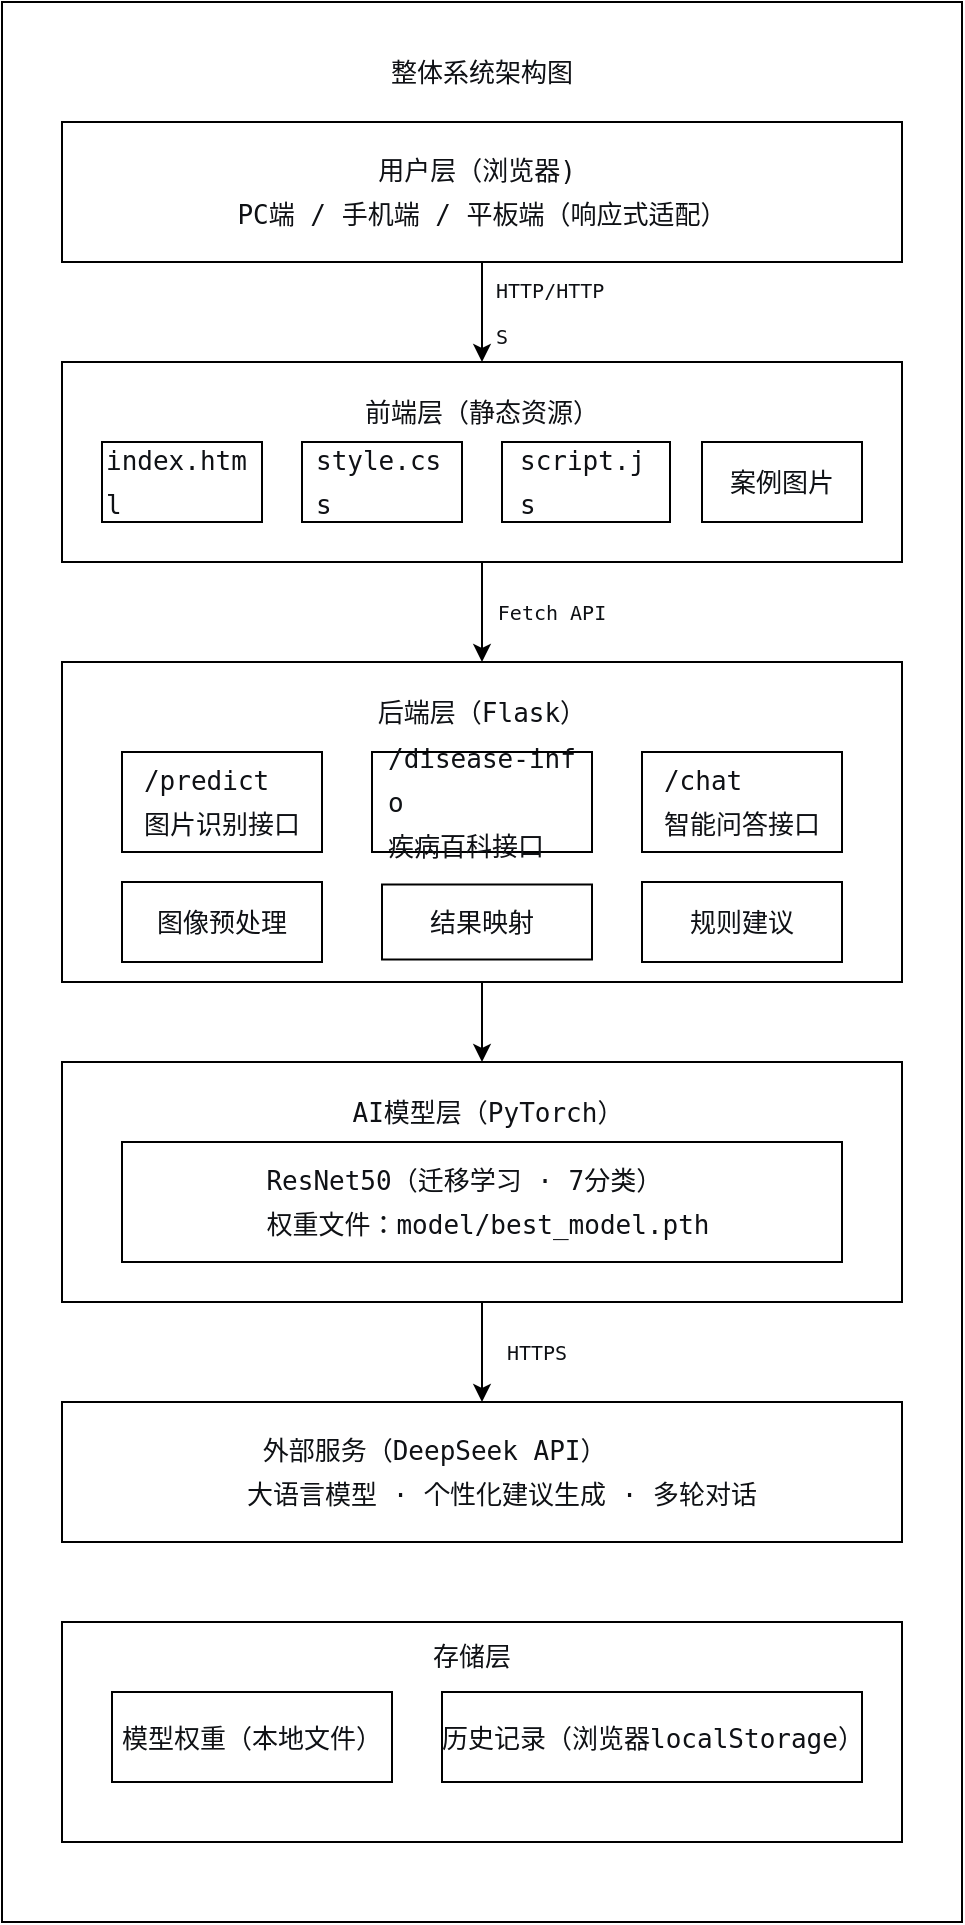
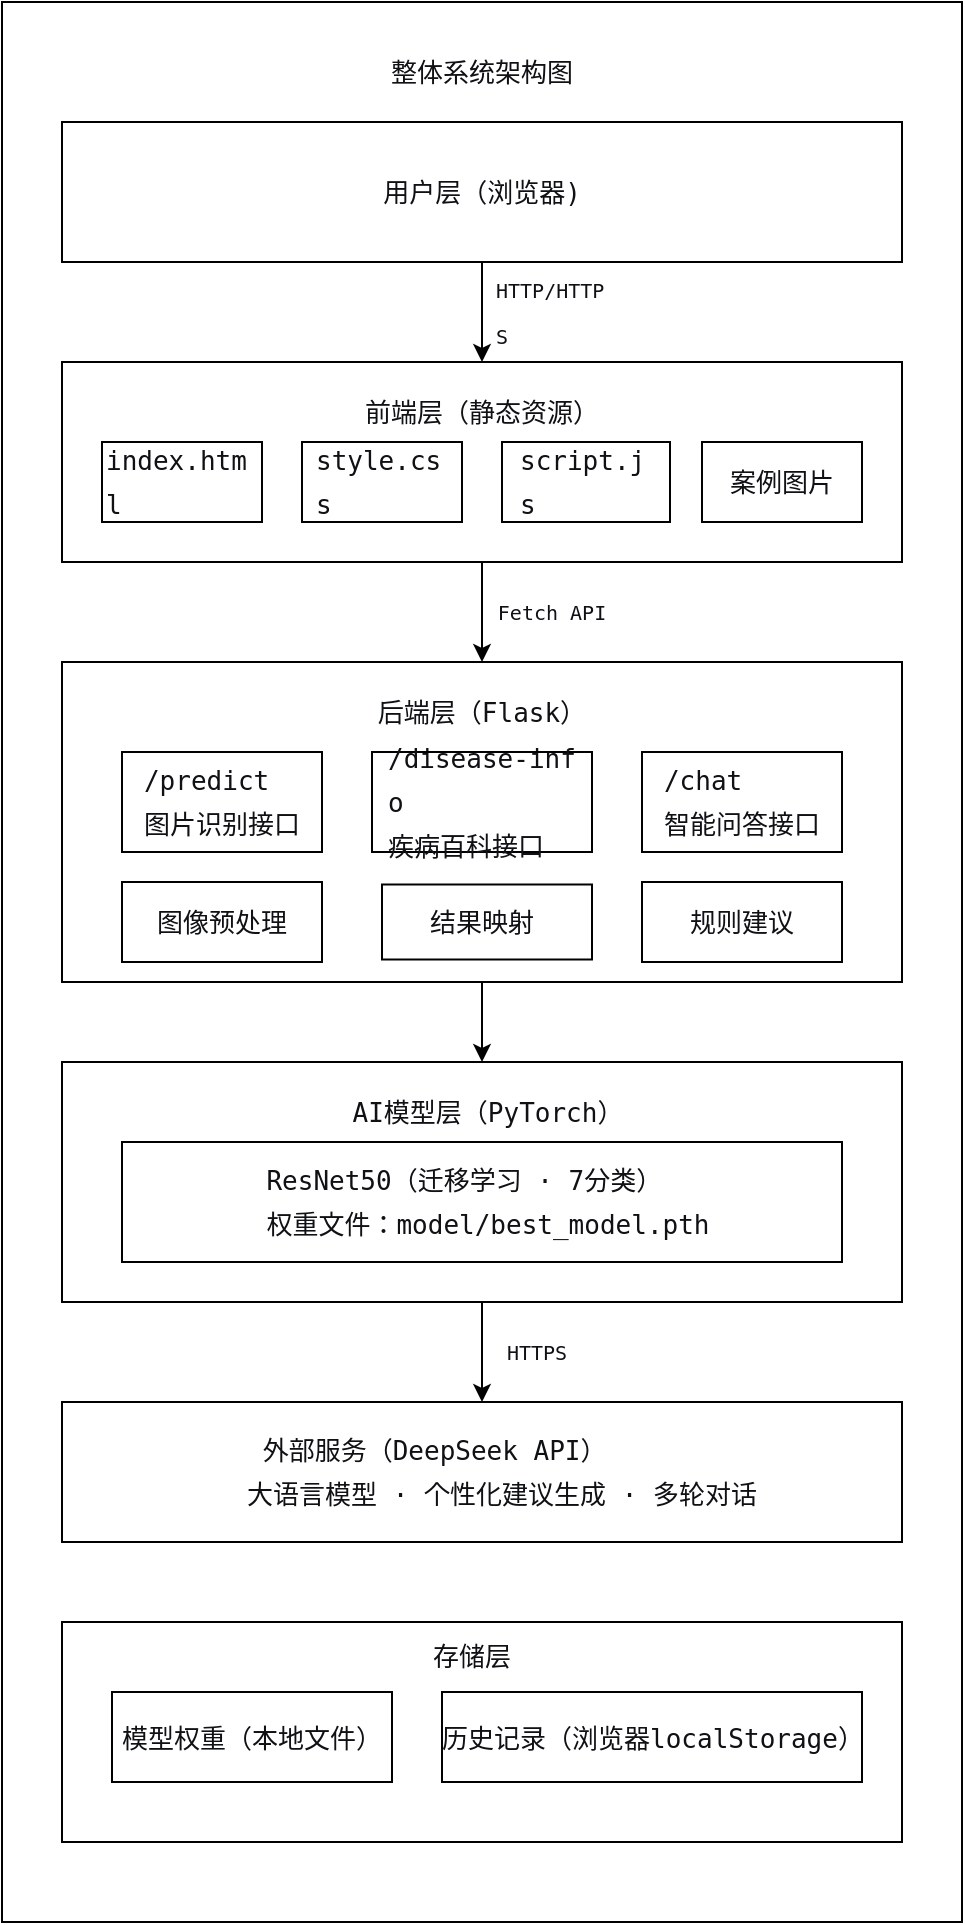
<mxfile host="app.diagrams.net">
  <diagram name="第 1 页" id="mS-341lgkgW4MZes72cV">
    <mxGraphModel dx="1409" dy="1000" grid="1" gridSize="10" guides="1" tooltips="1" connect="1" arrows="1" fold="1" page="1" pageScale="1" pageWidth="827" pageHeight="1169" math="0" shadow="0">
      <root>
        <mxCell id="0" />
        <mxCell id="1" parent="0" />
        <mxCell id="belzTmPUKU7O7NqV-zVO-1" parent="1" style="rounded=0;whiteSpace=wrap;html=1;" value="" vertex="1">
          <mxGeometry height="960" width="480" x="150" y="10" as="geometry" />
        </mxCell>
        <mxCell id="belzTmPUKU7O7NqV-zVO-10" edge="1" parent="1" source="belzTmPUKU7O7NqV-zVO-2" style="edgeStyle=orthogonalEdgeStyle;rounded=0;orthogonalLoop=1;jettySize=auto;html=1;" target="belzTmPUKU7O7NqV-zVO-3" value="">
          <mxGeometry relative="1" as="geometry" />
        </mxCell>
        <mxCell id="belzTmPUKU7O7NqV-zVO-2" parent="1" style="rounded=0;whiteSpace=wrap;html=1;" value="" vertex="1">
          <mxGeometry height="70" width="420" x="180" y="70" as="geometry" />
        </mxCell>
        <mxCell id="belzTmPUKU7O7NqV-zVO-22" edge="1" parent="1" source="belzTmPUKU7O7NqV-zVO-3" style="edgeStyle=orthogonalEdgeStyle;rounded=0;orthogonalLoop=1;jettySize=auto;html=1;" target="belzTmPUKU7O7NqV-zVO-4" value="">
          <mxGeometry relative="1" as="geometry" />
        </mxCell>
        <mxCell id="belzTmPUKU7O7NqV-zVO-3" parent="1" style="rounded=0;whiteSpace=wrap;html=1;" value="" vertex="1">
          <mxGeometry height="100" width="420" x="180" y="190" as="geometry" />
        </mxCell>
        <mxCell id="belzTmPUKU7O7NqV-zVO-39" edge="1" parent="1" source="belzTmPUKU7O7NqV-zVO-4" style="edgeStyle=orthogonalEdgeStyle;rounded=0;orthogonalLoop=1;jettySize=auto;html=1;" target="belzTmPUKU7O7NqV-zVO-6" value="">
          <mxGeometry relative="1" as="geometry" />
        </mxCell>
        <mxCell id="belzTmPUKU7O7NqV-zVO-4" parent="1" style="rounded=0;whiteSpace=wrap;html=1;" value="" vertex="1">
          <mxGeometry height="160" width="420" x="180" y="340" as="geometry" />
        </mxCell>
        <mxCell id="belzTmPUKU7O7NqV-zVO-5" parent="1" style="rounded=0;whiteSpace=wrap;html=1;" value="" vertex="1">
          <mxGeometry height="110" width="420" x="180" y="820" as="geometry" />
        </mxCell>
        <mxCell id="belzTmPUKU7O7NqV-zVO-40" edge="1" parent="1" source="belzTmPUKU7O7NqV-zVO-6" style="edgeStyle=orthogonalEdgeStyle;rounded=0;orthogonalLoop=1;jettySize=auto;html=1;" target="belzTmPUKU7O7NqV-zVO-7" value="">
          <mxGeometry relative="1" as="geometry" />
        </mxCell>
        <mxCell id="belzTmPUKU7O7NqV-zVO-6" parent="1" style="rounded=0;whiteSpace=wrap;html=1;" value="" vertex="1">
          <mxGeometry height="120" width="420" x="180" y="540" as="geometry" />
        </mxCell>
        <mxCell id="belzTmPUKU7O7NqV-zVO-7" parent="1" style="rounded=0;whiteSpace=wrap;html=1;" value="" vertex="1">
          <mxGeometry height="70" width="420" x="180" y="710" as="geometry" />
        </mxCell>
        <mxCell id="belzTmPUKU7O7NqV-zVO-8" parent="1" style="text;html=1;whiteSpace=wrap;strokeColor=none;fillColor=none;align=center;verticalAlign=middle;rounded=0;" value="&lt;pre style=&quot;font-style: normal; font-variant: normal; font-size-adjust: none; font-language-override: normal; font-kerning: auto; font-optical-sizing: auto; font-feature-settings: normal; font-variation-settings: normal; font-stretch: normal; font-size: 13px; line-height: 22px; font-family: Menlo, Monaco, Consolas, &amp;quot;Cascadia Mono&amp;quot;, &amp;quot;Ubuntu Mono&amp;quot;, &amp;quot;DejaVu Sans Mono&amp;quot;, &amp;quot;Liberation Mono&amp;quot;, &amp;quot;JetBrains Mono&amp;quot;, &amp;quot;Fira Code&amp;quot;, Cousine, &amp;quot;Roboto Mono&amp;quot;, &amp;quot;Courier New&amp;quot;, Courier, sans-serif, system-ui; overflow: auto; white-space: pre-wrap; word-break: break-all; padding: 16px; color: rgb(15, 17, 21); text-align: start; margin: 0px !important;&quot;&gt;整体系统架构图&lt;/pre&gt;" vertex="1">
          <mxGeometry height="30" width="140" x="320" y="30" as="geometry" />
        </mxCell>
-         <mxCell id="belzTmPUKU7O7NqV-zVO-9" parent="1" style="text;html=1;whiteSpace=wrap;strokeColor=none;fillColor=none;align=center;verticalAlign=middle;rounded=0;" value="&lt;pre style=&quot;font-style: normal; font-variant: normal; font-size-adjust: none; font-language-override: normal; font-kerning: auto; font-optical-sizing: auto; font-feature-settings: normal; font-variation-settings: normal; font-stretch: normal; font-size: 13px; line-height: 22px; font-family: Menlo, Monaco, Consolas, &amp;quot;Cascadia Mono&amp;quot;, &amp;quot;Ubuntu Mono&amp;quot;, &amp;quot;DejaVu Sans Mono&amp;quot;, &amp;quot;Liberation Mono&amp;quot;, &amp;quot;JetBrains Mono&amp;quot;, &amp;quot;Fira Code&amp;quot;, Cousine, &amp;quot;Roboto Mono&amp;quot;, &amp;quot;Courier New&amp;quot;, Courier, sans-serif, system-ui; overflow: auto; white-space: pre-wrap; word-break: break-all; padding: 16px; color: rgb(15, 17, 21); text-align: start; margin: 0px !important;&quot;&gt;         用户层（浏览器)&lt;br&gt;PC端 / 手机端 / 平板端（响应式适配）&lt;/pre&gt;" vertex="1">
+         <mxCell id="belzTmPUKU7O7NqV-zVO-9" parent="1" style="text;html=1;whiteSpace=wrap;strokeColor=none;fillColor=none;align=center;verticalAlign=middle;rounded=0;" value="&lt;pre style=&quot;font-style: normal; font-variant: normal; font-size-adjust: none; font-language-override: normal; font-kerning: auto; font-optical-sizing: auto; font-feature-settings: normal; font-variation-settings: normal; font-stretch: normal; font-size: 13px; line-height: 22px; font-family: Menlo, Monaco, Consolas, &amp;quot;Cascadia Mono&amp;quot;, &amp;quot;Ubuntu Mono&amp;quot;, &amp;quot;DejaVu Sans Mono&amp;quot;, &amp;quot;Liberation Mono&amp;quot;, &amp;quot;JetBrains Mono&amp;quot;, &amp;quot;Fira Code&amp;quot;, Cousine, &amp;quot;Roboto Mono&amp;quot;, &amp;quot;Courier New&amp;quot;, Courier, sans-serif, system-ui; overflow: auto; white-space: pre-wrap; word-break: break-all; padding: 16px; color: rgb(15, 17, 21); text-align: start; margin: 0px !important;&quot;&gt;用户层（浏览器)&lt;/pre&gt;" vertex="1">
          <mxGeometry height="30" width="280" x="250" y="90" as="geometry" />
        </mxCell>
        <mxCell id="belzTmPUKU7O7NqV-zVO-12" parent="1" style="text;html=1;whiteSpace=wrap;strokeColor=none;fillColor=none;align=center;verticalAlign=middle;rounded=0;" value="&lt;pre style=&quot;font-style: normal; font-variant: normal; font-size-adjust: none; font-language-override: normal; font-kerning: auto; font-optical-sizing: auto; font-feature-settings: normal; font-variation-settings: normal; font-stretch: normal; line-height: 22px; font-family: Menlo, Monaco, Consolas, &amp;quot;Cascadia Mono&amp;quot;, &amp;quot;Ubuntu Mono&amp;quot;, &amp;quot;DejaVu Sans Mono&amp;quot;, &amp;quot;Liberation Mono&amp;quot;, &amp;quot;JetBrains Mono&amp;quot;, &amp;quot;Fira Code&amp;quot;, Cousine, &amp;quot;Roboto Mono&amp;quot;, &amp;quot;Courier New&amp;quot;, Courier, sans-serif, system-ui; overflow: auto; white-space: pre-wrap; word-break: break-all; padding: 16px; color: rgb(15, 17, 21); text-align: start; margin: 0px !important;&quot;&gt;&lt;font style=&quot;font-size: 10px;&quot;&gt;HTTP/HTTPS&lt;/font&gt;&lt;/pre&gt;" vertex="1">
          <mxGeometry height="30" width="90" x="380" y="150" as="geometry" />
        </mxCell>
        <mxCell id="belzTmPUKU7O7NqV-zVO-13" parent="1" style="text;html=1;whiteSpace=wrap;strokeColor=none;fillColor=none;align=center;verticalAlign=middle;rounded=0;" value="&lt;pre style=&quot;font-style: normal; font-variant: normal; font-size-adjust: none; font-language-override: normal; font-kerning: auto; font-optical-sizing: auto; font-feature-settings: normal; font-variation-settings: normal; font-stretch: normal; font-size: 13px; line-height: 22px; font-family: Menlo, Monaco, Consolas, &amp;quot;Cascadia Mono&amp;quot;, &amp;quot;Ubuntu Mono&amp;quot;, &amp;quot;DejaVu Sans Mono&amp;quot;, &amp;quot;Liberation Mono&amp;quot;, &amp;quot;JetBrains Mono&amp;quot;, &amp;quot;Fira Code&amp;quot;, Cousine, &amp;quot;Roboto Mono&amp;quot;, &amp;quot;Courier New&amp;quot;, Courier, sans-serif, system-ui; overflow: auto; white-space: pre-wrap; word-break: break-all; padding: 16px; color: rgb(15, 17, 21); text-align: start; margin: 0px !important;&quot;&gt;前端层（静态资源）&lt;/pre&gt;" vertex="1">
          <mxGeometry height="30" width="160" x="310" y="200" as="geometry" />
        </mxCell>
        <mxCell id="belzTmPUKU7O7NqV-zVO-14" parent="1" style="rounded=0;whiteSpace=wrap;html=1;" value="" vertex="1">
          <mxGeometry height="40" width="80" x="200" y="230" as="geometry" />
        </mxCell>
        <mxCell id="belzTmPUKU7O7NqV-zVO-15" parent="1" style="rounded=0;whiteSpace=wrap;html=1;" value="" vertex="1">
          <mxGeometry height="40" width="80" x="300" y="230" as="geometry" />
        </mxCell>
        <mxCell id="belzTmPUKU7O7NqV-zVO-16" parent="1" style="rounded=0;whiteSpace=wrap;html=1;" value="" vertex="1">
          <mxGeometry height="40" width="84" x="400" y="230" as="geometry" />
        </mxCell>
        <mxCell id="belzTmPUKU7O7NqV-zVO-17" parent="1" style="rounded=0;whiteSpace=wrap;html=1;" value="" vertex="1">
          <mxGeometry height="40" width="80" x="500" y="230" as="geometry" />
        </mxCell>
        <mxCell id="belzTmPUKU7O7NqV-zVO-18" parent="1" style="text;html=1;whiteSpace=wrap;strokeColor=none;fillColor=none;align=center;verticalAlign=middle;rounded=0;" value="&lt;pre style=&quot;font-style: normal; font-variant: normal; font-size-adjust: none; font-language-override: normal; font-kerning: auto; font-optical-sizing: auto; font-feature-settings: normal; font-variation-settings: normal; font-stretch: normal; font-size: 13px; line-height: 22px; font-family: Menlo, Monaco, Consolas, &amp;quot;Cascadia Mono&amp;quot;, &amp;quot;Ubuntu Mono&amp;quot;, &amp;quot;DejaVu Sans Mono&amp;quot;, &amp;quot;Liberation Mono&amp;quot;, &amp;quot;JetBrains Mono&amp;quot;, &amp;quot;Fira Code&amp;quot;, Cousine, &amp;quot;Roboto Mono&amp;quot;, &amp;quot;Courier New&amp;quot;, Courier, sans-serif, system-ui; overflow: auto; white-space: pre-wrap; word-break: break-all; padding: 16px; color: rgb(15, 17, 21); text-align: start; margin: 0px !important;&quot;&gt;index.html&lt;/pre&gt;" vertex="1">
          <mxGeometry height="30" width="110" x="185" y="235" as="geometry" />
        </mxCell>
        <mxCell id="belzTmPUKU7O7NqV-zVO-19" parent="1" style="text;html=1;whiteSpace=wrap;strokeColor=none;fillColor=none;align=center;verticalAlign=middle;rounded=0;" value="&lt;pre style=&quot;font-style: normal; font-variant: normal; font-size-adjust: none; font-language-override: normal; font-kerning: auto; font-optical-sizing: auto; font-feature-settings: normal; font-variation-settings: normal; font-stretch: normal; font-size: 13px; line-height: 22px; font-family: Menlo, Monaco, Consolas, &amp;quot;Cascadia Mono&amp;quot;, &amp;quot;Ubuntu Mono&amp;quot;, &amp;quot;DejaVu Sans Mono&amp;quot;, &amp;quot;Liberation Mono&amp;quot;, &amp;quot;JetBrains Mono&amp;quot;, &amp;quot;Fira Code&amp;quot;, Cousine, &amp;quot;Roboto Mono&amp;quot;, &amp;quot;Courier New&amp;quot;, Courier, sans-serif, system-ui; overflow: auto; white-space: pre-wrap; word-break: break-all; padding: 16px; color: rgb(15, 17, 21); text-align: start; margin: 0px !important;&quot;&gt;style.css&lt;/pre&gt;" vertex="1">
          <mxGeometry height="30" width="100" x="290" y="235" as="geometry" />
        </mxCell>
        <mxCell id="belzTmPUKU7O7NqV-zVO-20" parent="1" style="text;html=1;whiteSpace=wrap;strokeColor=none;fillColor=none;align=center;verticalAlign=middle;rounded=0;" value="&lt;pre style=&quot;font-style: normal; font-variant: normal; font-size-adjust: none; font-language-override: normal; font-kerning: auto; font-optical-sizing: auto; font-feature-settings: normal; font-variation-settings: normal; font-stretch: normal; font-size: 13px; line-height: 22px; font-family: Menlo, Monaco, Consolas, &amp;quot;Cascadia Mono&amp;quot;, &amp;quot;Ubuntu Mono&amp;quot;, &amp;quot;DejaVu Sans Mono&amp;quot;, &amp;quot;Liberation Mono&amp;quot;, &amp;quot;JetBrains Mono&amp;quot;, &amp;quot;Fira Code&amp;quot;, Cousine, &amp;quot;Roboto Mono&amp;quot;, &amp;quot;Courier New&amp;quot;, Courier, sans-serif, system-ui; overflow: auto; white-space: pre-wrap; word-break: break-all; padding: 16px; color: rgb(15, 17, 21); text-align: start; margin: 0px !important;&quot;&gt;script.js&lt;/pre&gt;" vertex="1">
          <mxGeometry height="30" width="100" x="392" y="235" as="geometry" />
        </mxCell>
        <mxCell id="belzTmPUKU7O7NqV-zVO-21" parent="1" style="text;html=1;whiteSpace=wrap;strokeColor=none;fillColor=none;align=center;verticalAlign=middle;rounded=0;" value="&lt;pre style=&quot;font-style: normal; font-variant: normal; font-size-adjust: none; font-language-override: normal; font-kerning: auto; font-optical-sizing: auto; font-feature-settings: normal; font-variation-settings: normal; font-stretch: normal; font-size: 13px; line-height: 22px; font-family: Menlo, Monaco, Consolas, &amp;quot;Cascadia Mono&amp;quot;, &amp;quot;Ubuntu Mono&amp;quot;, &amp;quot;DejaVu Sans Mono&amp;quot;, &amp;quot;Liberation Mono&amp;quot;, &amp;quot;JetBrains Mono&amp;quot;, &amp;quot;Fira Code&amp;quot;, Cousine, &amp;quot;Roboto Mono&amp;quot;, &amp;quot;Courier New&amp;quot;, Courier, sans-serif, system-ui; overflow: auto; white-space: pre-wrap; word-break: break-all; padding: 16px; color: rgb(15, 17, 21); text-align: start; margin: 0px !important;&quot;&gt;案例图片&lt;/pre&gt;" vertex="1">
          <mxGeometry height="30" width="90" x="495" y="235" as="geometry" />
        </mxCell>
        <mxCell id="belzTmPUKU7O7NqV-zVO-24" parent="1" style="text;html=1;whiteSpace=wrap;strokeColor=none;fillColor=none;align=center;verticalAlign=middle;rounded=0;" value="&lt;pre style=&quot;font-style: normal; font-variant: normal; font-size-adjust: none; font-language-override: normal; font-kerning: auto; font-optical-sizing: auto; font-feature-settings: normal; font-variation-settings: normal; font-stretch: normal; line-height: 22px; font-family: Menlo, Monaco, Consolas, &amp;quot;Cascadia Mono&amp;quot;, &amp;quot;Ubuntu Mono&amp;quot;, &amp;quot;DejaVu Sans Mono&amp;quot;, &amp;quot;Liberation Mono&amp;quot;, &amp;quot;JetBrains Mono&amp;quot;, &amp;quot;Fira Code&amp;quot;, Cousine, &amp;quot;Roboto Mono&amp;quot;, &amp;quot;Courier New&amp;quot;, Courier, sans-serif, system-ui; overflow: auto; white-space: pre-wrap; word-break: break-all; padding: 16px; color: rgb(15, 17, 21); text-align: start; margin: 0px !important;&quot;&gt;&lt;font style=&quot;font-size: 10px;&quot;&gt;Fetch API&lt;/font&gt;&lt;/pre&gt;" vertex="1">
          <mxGeometry height="30" width="100" x="375" y="300" as="geometry" />
        </mxCell>
        <mxCell id="belzTmPUKU7O7NqV-zVO-25" parent="1" style="text;html=1;whiteSpace=wrap;strokeColor=none;fillColor=none;align=center;verticalAlign=middle;rounded=0;" value="&lt;pre style=&quot;font-style: normal; font-variant: normal; font-size-adjust: none; font-language-override: normal; font-kerning: auto; font-optical-sizing: auto; font-feature-settings: normal; font-variation-settings: normal; font-stretch: normal; font-size: 13px; line-height: 22px; font-family: Menlo, Monaco, Consolas, &amp;quot;Cascadia Mono&amp;quot;, &amp;quot;Ubuntu Mono&amp;quot;, &amp;quot;DejaVu Sans Mono&amp;quot;, &amp;quot;Liberation Mono&amp;quot;, &amp;quot;JetBrains Mono&amp;quot;, &amp;quot;Fira Code&amp;quot;, Cousine, &amp;quot;Roboto Mono&amp;quot;, &amp;quot;Courier New&amp;quot;, Courier, sans-serif, system-ui; overflow: auto; white-space: pre-wrap; word-break: break-all; padding: 16px; color: rgb(15, 17, 21); text-align: start; margin: 0px !important;&quot;&gt;后端层（Flask）&lt;/pre&gt;" vertex="1">
          <mxGeometry height="30" width="140" x="320" y="350" as="geometry" />
        </mxCell>
        <mxCell id="belzTmPUKU7O7NqV-zVO-26" parent="1" style="rounded=0;whiteSpace=wrap;html=1;" value="" vertex="1">
          <mxGeometry height="50" width="100" x="210" y="385" as="geometry" />
        </mxCell>
        <mxCell id="belzTmPUKU7O7NqV-zVO-27" parent="1" style="text;html=1;whiteSpace=wrap;strokeColor=none;fillColor=none;align=center;verticalAlign=middle;rounded=0;" value="&lt;pre style=&quot;font-style: normal; font-variant: normal; font-size-adjust: none; font-language-override: normal; font-kerning: auto; font-optical-sizing: auto; font-feature-settings: normal; font-variation-settings: normal; font-stretch: normal; font-size: 13px; line-height: 22px; font-family: Menlo, Monaco, Consolas, &amp;quot;Cascadia Mono&amp;quot;, &amp;quot;Ubuntu Mono&amp;quot;, &amp;quot;DejaVu Sans Mono&amp;quot;, &amp;quot;Liberation Mono&amp;quot;, &amp;quot;JetBrains Mono&amp;quot;, &amp;quot;Fira Code&amp;quot;, Cousine, &amp;quot;Roboto Mono&amp;quot;, &amp;quot;Courier New&amp;quot;, Courier, sans-serif, system-ui; overflow: auto; white-space: pre-wrap; word-break: break-all; padding: 16px; color: rgb(15, 17, 21); text-align: start; margin: 0px !important;&quot;&gt;/predict&lt;br&gt;图片识别接口&lt;/pre&gt;" vertex="1">
          <mxGeometry height="40" width="120" x="200" y="390" as="geometry" />
        </mxCell>
        <mxCell id="belzTmPUKU7O7NqV-zVO-29" parent="1" style="rounded=0;whiteSpace=wrap;html=1;" value="" vertex="1">
          <mxGeometry height="50" width="110" x="335" y="385" as="geometry" />
        </mxCell>
        <mxCell id="belzTmPUKU7O7NqV-zVO-30" parent="1" style="text;html=1;whiteSpace=wrap;strokeColor=none;fillColor=none;align=center;verticalAlign=middle;rounded=0;" value="&lt;pre style=&quot;font-style: normal; font-variant: normal; font-size-adjust: none; font-language-override: normal; font-kerning: auto; font-optical-sizing: auto; font-feature-settings: normal; font-variation-settings: normal; font-stretch: normal; font-size: 13px; line-height: 22px; font-family: Menlo, Monaco, Consolas, &amp;quot;Cascadia Mono&amp;quot;, &amp;quot;Ubuntu Mono&amp;quot;, &amp;quot;DejaVu Sans Mono&amp;quot;, &amp;quot;Liberation Mono&amp;quot;, &amp;quot;JetBrains Mono&amp;quot;, &amp;quot;Fira Code&amp;quot;, Cousine, &amp;quot;Roboto Mono&amp;quot;, &amp;quot;Courier New&amp;quot;, Courier, sans-serif, system-ui; overflow: auto; white-space: pre-wrap; word-break: break-all; padding: 16px; color: rgb(15, 17, 21); text-align: start; margin: 0px !important;&quot;&gt;&lt;pre style=&quot;font-style: normal; font-variant: normal; font-size-adjust: none; font-language-override: normal; font-kerning: auto; font-optical-sizing: auto; font-feature-settings: normal; font-variation-settings: normal; font-stretch: normal; font-size: 13px; line-height: 22px; font-family: Menlo, Monaco, Consolas, &amp;quot;Cascadia Mono&amp;quot;, &amp;quot;Ubuntu Mono&amp;quot;, &amp;quot;DejaVu Sans Mono&amp;quot;, &amp;quot;Liberation Mono&amp;quot;, &amp;quot;JetBrains Mono&amp;quot;, &amp;quot;Fira Code&amp;quot;, Cousine, &amp;quot;Roboto Mono&amp;quot;, &amp;quot;Courier New&amp;quot;, Courier, sans-serif, system-ui; overflow: auto; white-space: pre-wrap; word-break: break-all; padding: 16px; margin: 0px !important;&quot;&gt;/disease-info&lt;br&gt;疾病百科接口&lt;/pre&gt;&lt;/pre&gt;" vertex="1">
          <mxGeometry height="40" width="160" x="310" y="390" as="geometry" />
        </mxCell>
        <mxCell id="belzTmPUKU7O7NqV-zVO-31" parent="1" style="rounded=0;whiteSpace=wrap;html=1;" value="" vertex="1">
          <mxGeometry height="50" width="100" x="470" y="385" as="geometry" />
        </mxCell>
        <mxCell id="belzTmPUKU7O7NqV-zVO-32" parent="1" style="text;html=1;whiteSpace=wrap;strokeColor=none;fillColor=none;align=center;verticalAlign=middle;rounded=0;" value="&lt;pre style=&quot;font-style: normal; font-variant: normal; font-size-adjust: none; font-language-override: normal; font-kerning: auto; font-optical-sizing: auto; font-feature-settings: normal; font-variation-settings: normal; font-stretch: normal; font-size: 13px; line-height: 22px; font-family: Menlo, Monaco, Consolas, &amp;quot;Cascadia Mono&amp;quot;, &amp;quot;Ubuntu Mono&amp;quot;, &amp;quot;DejaVu Sans Mono&amp;quot;, &amp;quot;Liberation Mono&amp;quot;, &amp;quot;JetBrains Mono&amp;quot;, &amp;quot;Fira Code&amp;quot;, Cousine, &amp;quot;Roboto Mono&amp;quot;, &amp;quot;Courier New&amp;quot;, Courier, sans-serif, system-ui; overflow: auto; white-space: pre-wrap; word-break: break-all; padding: 16px; color: rgb(15, 17, 21); text-align: start; margin: 0px !important;&quot;&gt;&lt;pre style=&quot;font-style: normal; font-variant: normal; font-size-adjust: none; font-language-override: normal; font-kerning: auto; font-optical-sizing: auto; font-feature-settings: normal; font-variation-settings: normal; font-stretch: normal; font-size: 13px; line-height: 22px; font-family: Menlo, Monaco, Consolas, &amp;quot;Cascadia Mono&amp;quot;, &amp;quot;Ubuntu Mono&amp;quot;, &amp;quot;DejaVu Sans Mono&amp;quot;, &amp;quot;Liberation Mono&amp;quot;, &amp;quot;JetBrains Mono&amp;quot;, &amp;quot;Fira Code&amp;quot;, Cousine, &amp;quot;Roboto Mono&amp;quot;, &amp;quot;Courier New&amp;quot;, Courier, sans-serif, system-ui; overflow: auto; white-space: pre-wrap; word-break: break-all; padding: 16px; margin: 0px !important;&quot;&gt;/chat&lt;br&gt;智能问答接口&lt;/pre&gt;&lt;/pre&gt;" vertex="1">
          <mxGeometry height="40" width="150" x="445" y="390" as="geometry" />
        </mxCell>
        <mxCell id="belzTmPUKU7O7NqV-zVO-35" parent="1" style="rounded=0;whiteSpace=wrap;html=1;" value="" vertex="1">
          <mxGeometry height="40" width="100" x="210" y="450" as="geometry" />
        </mxCell>
        <mxCell id="belzTmPUKU7O7NqV-zVO-36" parent="1" style="rounded=0;whiteSpace=wrap;html=1;" value="" vertex="1">
          <mxGeometry height="37.5" width="105" x="340" y="451.25" as="geometry" />
        </mxCell>
        <mxCell id="belzTmPUKU7O7NqV-zVO-37" parent="1" style="rounded=0;whiteSpace=wrap;html=1;" value="" vertex="1">
          <mxGeometry height="40" width="100" x="470" y="450" as="geometry" />
        </mxCell>
        <mxCell id="belzTmPUKU7O7NqV-zVO-34" parent="1" style="text;html=1;whiteSpace=wrap;strokeColor=none;fillColor=none;align=center;verticalAlign=middle;rounded=0;" value="&lt;pre style=&quot;font-style: normal; font-variant: normal; font-size-adjust: none; font-language-override: normal; font-kerning: auto; font-optical-sizing: auto; font-feature-settings: normal; font-variation-settings: normal; font-stretch: normal; font-size: 13px; line-height: 22px; font-family: Menlo, Monaco, Consolas, &amp;quot;Cascadia Mono&amp;quot;, &amp;quot;Ubuntu Mono&amp;quot;, &amp;quot;DejaVu Sans Mono&amp;quot;, &amp;quot;Liberation Mono&amp;quot;, &amp;quot;JetBrains Mono&amp;quot;, &amp;quot;Fira Code&amp;quot;, Cousine, &amp;quot;Roboto Mono&amp;quot;, &amp;quot;Courier New&amp;quot;, Courier, sans-serif, system-ui; overflow: auto; white-space: pre-wrap; word-break: break-all; padding: 16px; color: rgb(15, 17, 21); text-align: start; margin: 0px !important;&quot;&gt;结果映射&lt;/pre&gt;" vertex="1">
          <mxGeometry height="30" width="90" x="345" y="455" as="geometry" />
        </mxCell>
        <mxCell id="belzTmPUKU7O7NqV-zVO-33" parent="1" style="text;html=1;whiteSpace=wrap;strokeColor=none;fillColor=none;align=center;verticalAlign=middle;rounded=0;" value="&lt;pre style=&quot;font-style: normal; font-variant: normal; font-size-adjust: none; font-language-override: normal; font-kerning: auto; font-optical-sizing: auto; font-feature-settings: normal; font-variation-settings: normal; font-stretch: normal; font-size: 13px; line-height: 22px; font-family: Menlo, Monaco, Consolas, &amp;quot;Cascadia Mono&amp;quot;, &amp;quot;Ubuntu Mono&amp;quot;, &amp;quot;DejaVu Sans Mono&amp;quot;, &amp;quot;Liberation Mono&amp;quot;, &amp;quot;JetBrains Mono&amp;quot;, &amp;quot;Fira Code&amp;quot;, Cousine, &amp;quot;Roboto Mono&amp;quot;, &amp;quot;Courier New&amp;quot;, Courier, sans-serif, system-ui; overflow: auto; white-space: pre-wrap; word-break: break-all; padding: 16px; color: rgb(15, 17, 21); text-align: start; margin: 0px !important;&quot;&gt;图像预处理&lt;/pre&gt;" vertex="1">
          <mxGeometry height="30" width="100" x="210" y="455" as="geometry" />
        </mxCell>
        <mxCell id="belzTmPUKU7O7NqV-zVO-38" parent="1" style="text;html=1;whiteSpace=wrap;strokeColor=none;fillColor=none;align=center;verticalAlign=middle;rounded=0;" value="&lt;pre style=&quot;font-style: normal; font-variant: normal; font-size-adjust: none; font-language-override: normal; font-kerning: auto; font-optical-sizing: auto; font-feature-settings: normal; font-variation-settings: normal; font-stretch: normal; font-size: 13px; line-height: 22px; font-family: Menlo, Monaco, Consolas, &amp;quot;Cascadia Mono&amp;quot;, &amp;quot;Ubuntu Mono&amp;quot;, &amp;quot;DejaVu Sans Mono&amp;quot;, &amp;quot;Liberation Mono&amp;quot;, &amp;quot;JetBrains Mono&amp;quot;, &amp;quot;Fira Code&amp;quot;, Cousine, &amp;quot;Roboto Mono&amp;quot;, &amp;quot;Courier New&amp;quot;, Courier, sans-serif, system-ui; overflow: auto; white-space: pre-wrap; word-break: break-all; padding: 16px; color: rgb(15, 17, 21); text-align: start; margin: 0px !important;&quot;&gt;规则建议&lt;/pre&gt;" vertex="1">
          <mxGeometry height="30" width="90" x="475" y="455" as="geometry" />
        </mxCell>
        <mxCell id="belzTmPUKU7O7NqV-zVO-42" parent="1" style="text;html=1;whiteSpace=wrap;strokeColor=none;fillColor=none;align=center;verticalAlign=middle;rounded=0;" value="&lt;pre style=&quot;font-style: normal; font-variant: normal; font-size-adjust: none; font-language-override: normal; font-kerning: auto; font-optical-sizing: auto; font-feature-settings: normal; font-variation-settings: normal; font-stretch: normal; font-size: 13px; line-height: 22px; font-family: Menlo, Monaco, Consolas, &amp;quot;Cascadia Mono&amp;quot;, &amp;quot;Ubuntu Mono&amp;quot;, &amp;quot;DejaVu Sans Mono&amp;quot;, &amp;quot;Liberation Mono&amp;quot;, &amp;quot;JetBrains Mono&amp;quot;, &amp;quot;Fira Code&amp;quot;, Cousine, &amp;quot;Roboto Mono&amp;quot;, &amp;quot;Courier New&amp;quot;, Courier, sans-serif, system-ui; overflow: auto; white-space: pre-wrap; word-break: break-all; padding: 16px; color: rgb(15, 17, 21); text-align: start; margin: 0px !important;&quot;&gt;AI模型层（PyTorch）&lt;/pre&gt;" vertex="1">
          <mxGeometry height="30" width="170" x="307.5" y="550" as="geometry" />
        </mxCell>
        <mxCell id="belzTmPUKU7O7NqV-zVO-43" parent="1" style="rounded=0;whiteSpace=wrap;html=1;" value="" vertex="1">
          <mxGeometry height="60" width="360" x="210" y="580" as="geometry" />
        </mxCell>
        <mxCell id="belzTmPUKU7O7NqV-zVO-45" parent="1" style="text;html=1;whiteSpace=wrap;strokeColor=none;fillColor=none;align=center;verticalAlign=middle;rounded=0;" value="&lt;pre style=&quot;font-style: normal; font-variant: normal; font-size-adjust: none; font-language-override: normal; font-kerning: auto; font-optical-sizing: auto; font-feature-settings: normal; font-variation-settings: normal; font-stretch: normal; font-size: 13px; line-height: 22px; font-family: Menlo, Monaco, Consolas, &amp;quot;Cascadia Mono&amp;quot;, &amp;quot;Ubuntu Mono&amp;quot;, &amp;quot;DejaVu Sans Mono&amp;quot;, &amp;quot;Liberation Mono&amp;quot;, &amp;quot;JetBrains Mono&amp;quot;, &amp;quot;Fira Code&amp;quot;, Cousine, &amp;quot;Roboto Mono&amp;quot;, &amp;quot;Courier New&amp;quot;, Courier, sans-serif, system-ui; overflow: auto; white-space: pre-wrap; word-break: break-all; padding: 16px; color: rgb(15, 17, 21); text-align: start; margin: 0px !important;&quot;&gt;ResNet50（迁移学习 · 7分类）&lt;br&gt;权重文件：model/best_model.pth&lt;/pre&gt;" vertex="1">
          <mxGeometry height="50" width="320" x="232.5" y="585" as="geometry" />
        </mxCell>
        <mxCell id="belzTmPUKU7O7NqV-zVO-46" parent="1" style="text;html=1;whiteSpace=wrap;strokeColor=none;fillColor=none;align=center;verticalAlign=middle;rounded=0;" value="&lt;pre style=&quot;font-style: normal; font-variant: normal; font-size-adjust: none; font-language-override: normal; font-kerning: auto; font-optical-sizing: auto; font-feature-settings: normal; font-variation-settings: normal; font-stretch: normal; line-height: 22px; font-family: Menlo, Monaco, Consolas, &amp;quot;Cascadia Mono&amp;quot;, &amp;quot;Ubuntu Mono&amp;quot;, &amp;quot;DejaVu Sans Mono&amp;quot;, &amp;quot;Liberation Mono&amp;quot;, &amp;quot;JetBrains Mono&amp;quot;, &amp;quot;Fira Code&amp;quot;, Cousine, &amp;quot;Roboto Mono&amp;quot;, &amp;quot;Courier New&amp;quot;, Courier, sans-serif, system-ui; overflow: auto; white-space: pre-wrap; word-break: break-all; padding: 16px; color: rgb(15, 17, 21); text-align: start; margin: 0px !important;&quot;&gt;&lt;font style=&quot;font-size: 10px;&quot;&gt;HTTPS&lt;/font&gt;&lt;/pre&gt;" vertex="1">
          <mxGeometry height="30" width="85" x="375" y="670" as="geometry" />
        </mxCell>
        <mxCell id="belzTmPUKU7O7NqV-zVO-47" parent="1" style="text;html=1;whiteSpace=wrap;strokeColor=none;fillColor=none;align=center;verticalAlign=middle;rounded=0;" value="&lt;pre style=&quot;font-style: normal; font-variant: normal; font-size-adjust: none; font-language-override: normal; font-kerning: auto; font-optical-sizing: auto; font-feature-settings: normal; font-variation-settings: normal; font-stretch: normal; font-size: 13px; line-height: 22px; font-family: Menlo, Monaco, Consolas, &amp;quot;Cascadia Mono&amp;quot;, &amp;quot;Ubuntu Mono&amp;quot;, &amp;quot;DejaVu Sans Mono&amp;quot;, &amp;quot;Liberation Mono&amp;quot;, &amp;quot;JetBrains Mono&amp;quot;, &amp;quot;Fira Code&amp;quot;, Cousine, &amp;quot;Roboto Mono&amp;quot;, &amp;quot;Courier New&amp;quot;, Courier, sans-serif, system-ui; overflow: auto; white-space: pre-wrap; word-break: break-all; padding: 16px; color: rgb(15, 17, 21); text-align: start; margin: 0px !important;&quot;&gt; 外部服务（DeepSeek API）&lt;br&gt;大语言模型 · 个性化建议生成 · 多轮对话&lt;/pre&gt;" vertex="1">
          <mxGeometry height="45" width="300" x="250" y="722.5" as="geometry" />
        </mxCell>
        <mxCell id="belzTmPUKU7O7NqV-zVO-48" parent="1" style="text;html=1;whiteSpace=wrap;strokeColor=none;fillColor=none;align=center;verticalAlign=middle;rounded=0;" value="&#xa;&lt;pre style=&quot;font: 400 13px / 22px Menlo, Monaco, Consolas, &amp;quot;Cascadia Mono&amp;quot;, &amp;quot;Ubuntu Mono&amp;quot;, &amp;quot;DejaVu Sans Mono&amp;quot;, &amp;quot;Liberation Mono&amp;quot;, &amp;quot;JetBrains Mono&amp;quot;, &amp;quot;Fira Code&amp;quot;, Cousine, &amp;quot;Roboto Mono&amp;quot;, &amp;quot;Courier New&amp;quot;, Courier, sans-serif, system-ui; margin: 0px !important; overflow: auto; white-space: pre-wrap; word-break: break-all; padding: 16px; color: rgb(15, 17, 21); letter-spacing: normal; orphans: 2; text-align: start; text-indent: 0px; text-transform: none; widows: 2; word-spacing: 0px; -webkit-text-stroke-width: 0px; text-decoration-thickness: initial; text-decoration-style: initial; text-decoration-color: initial;&quot;&gt;&lt;span&gt;存储层&lt;/span&gt;&lt;/pre&gt;&#xa;&#xa;" vertex="1">
          <mxGeometry height="30" width="80" x="345" y="830" as="geometry" />
        </mxCell>
        <mxCell id="belzTmPUKU7O7NqV-zVO-49" parent="1" style="rounded=0;whiteSpace=wrap;html=1;" value="" vertex="1">
          <mxGeometry height="45" width="140" x="205" y="855" as="geometry" />
        </mxCell>
        <mxCell id="belzTmPUKU7O7NqV-zVO-50" parent="1" style="text;html=1;whiteSpace=wrap;strokeColor=none;fillColor=none;align=center;verticalAlign=middle;rounded=0;" value="&lt;pre style=&quot;font-style: normal; font-variant: normal; font-size-adjust: none; font-language-override: normal; font-kerning: auto; font-optical-sizing: auto; font-feature-settings: normal; font-variation-settings: normal; font-stretch: normal; font-size: 13px; line-height: 22px; font-family: Menlo, Monaco, Consolas, &amp;quot;Cascadia Mono&amp;quot;, &amp;quot;Ubuntu Mono&amp;quot;, &amp;quot;DejaVu Sans Mono&amp;quot;, &amp;quot;Liberation Mono&amp;quot;, &amp;quot;JetBrains Mono&amp;quot;, &amp;quot;Fira Code&amp;quot;, Cousine, &amp;quot;Roboto Mono&amp;quot;, &amp;quot;Courier New&amp;quot;, Courier, sans-serif, system-ui; overflow: auto; white-space: pre-wrap; word-break: break-all; padding: 16px; color: rgb(15, 17, 21); text-align: start; margin: 0px !important;&quot;&gt;模型权重（本地文件）&lt;/pre&gt;" vertex="1">
          <mxGeometry height="30" width="170" x="190" y="862.5" as="geometry" />
        </mxCell>
        <mxCell id="belzTmPUKU7O7NqV-zVO-51" parent="1" style="rounded=0;whiteSpace=wrap;html=1;" value="" vertex="1">
          <mxGeometry height="45" width="210" x="370" y="855" as="geometry" />
        </mxCell>
        <mxCell id="belzTmPUKU7O7NqV-zVO-52" parent="1" style="text;html=1;whiteSpace=wrap;strokeColor=none;fillColor=none;align=center;verticalAlign=middle;rounded=0;" value="&lt;pre style=&quot;font-style: normal; font-variant: normal; font-size-adjust: none; font-language-override: normal; font-kerning: auto; font-optical-sizing: auto; font-feature-settings: normal; font-variation-settings: normal; font-stretch: normal; font-size: 13px; line-height: 22px; font-family: Menlo, Monaco, Consolas, &amp;quot;Cascadia Mono&amp;quot;, &amp;quot;Ubuntu Mono&amp;quot;, &amp;quot;DejaVu Sans Mono&amp;quot;, &amp;quot;Liberation Mono&amp;quot;, &amp;quot;JetBrains Mono&amp;quot;, &amp;quot;Fira Code&amp;quot;, Cousine, &amp;quot;Roboto Mono&amp;quot;, &amp;quot;Courier New&amp;quot;, Courier, sans-serif, system-ui; overflow: auto; white-space: pre-wrap; word-break: break-all; padding: 16px; color: rgb(15, 17, 21); text-align: start; margin: 0px !important;&quot;&gt;历史记录（浏览器localStorage）&lt;/pre&gt;" vertex="1">
          <mxGeometry height="30" width="255" x="347.5" y="862.5" as="geometry" />
        </mxCell>
      </root>
    </mxGraphModel>
  </diagram>
</mxfile>
